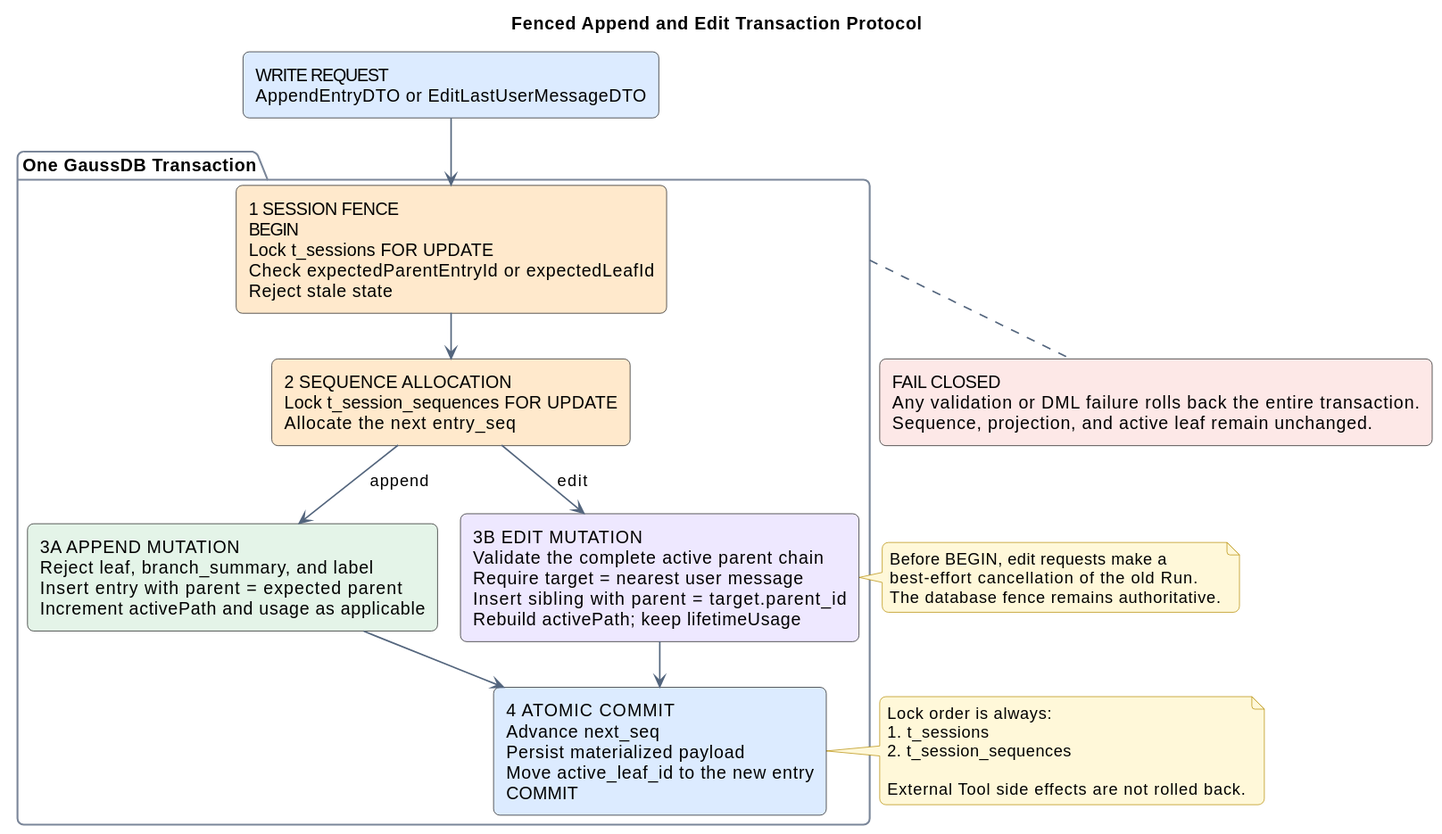
Before: diagrams/memory/memory-write-transaction.svg, a diagram exported from PlantUML (ssm0808/pi-mono-java-design).
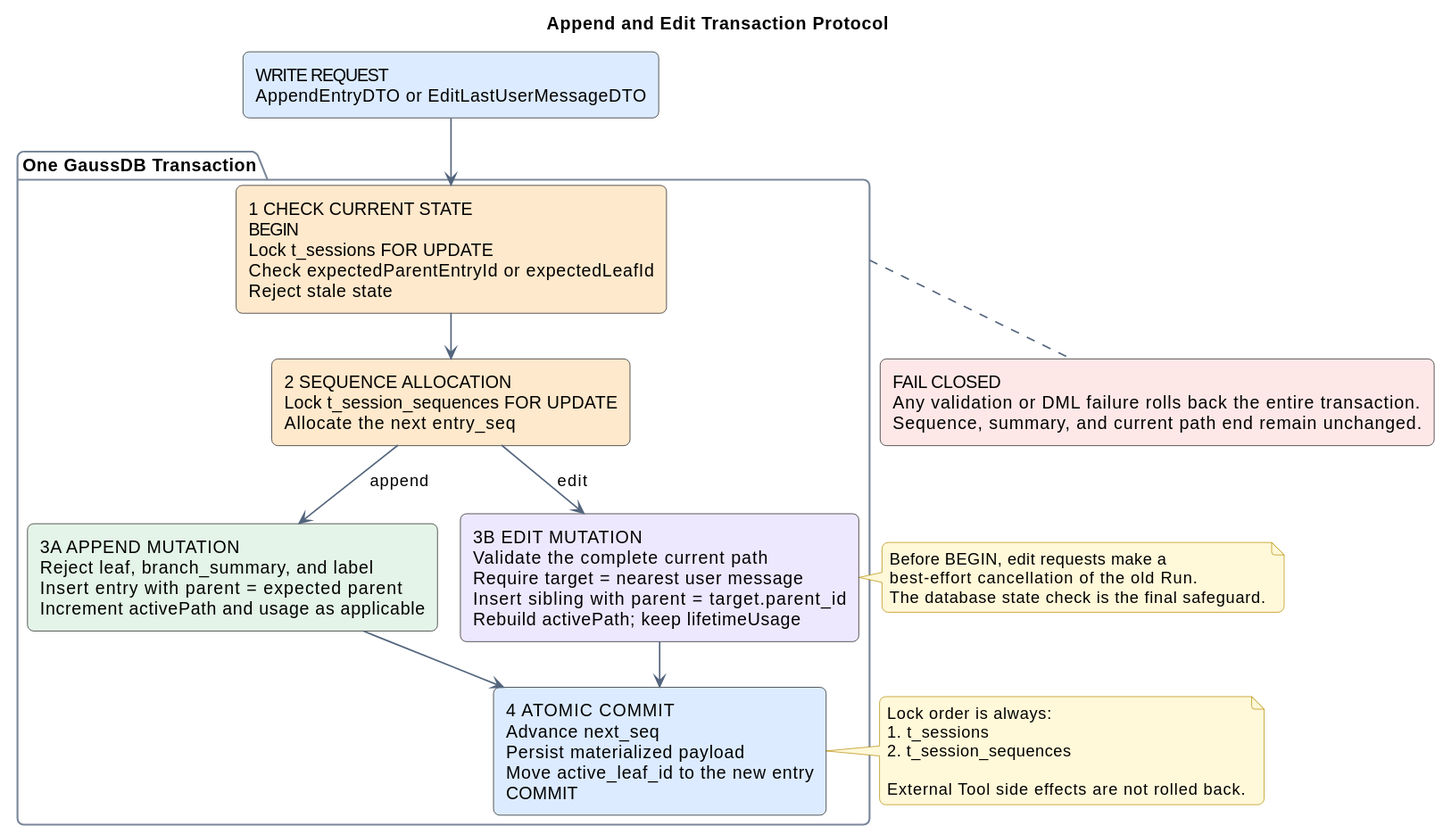
The same diagram one commit later.

Commit message:
docs(memory): polish design terminology

What changed in the source:
```diff
@@ -1,6 +1,6 @@
 @startuml
 !pragma layout smetana
-title Fenced Append and Edit Transaction Protocol
+title Append and Edit Transaction Protocol
 top to bottom direction
 
 skinparam backgroundColor #FFFFFF
@@ -17,17 +17,17 @@
 rectangle "WRITE REQUEST\nAppendEntryDTO or EditLastUserMessageDTO" as request #DCEBFF
 
 package "One GaussDB Transaction" as transaction {
-  rectangle "1  SESSION FENCE\nBEGIN\nLock t_sessions FOR UPDATE\nCheck expectedParentEntryId or expectedLeafId\nReject stale state" as fence #FFE9CC
+  rectangle "1  CHECK CURRENT STATE\nBEGIN\nLock t_sessions FOR UPDATE\nCheck expectedParentEntryId or expectedLeafId\nReject stale state" as stateCheck #FFE9CC
 
   rectangle "2  SEQUENCE ALLOCATION\nLock t_session_sequences FOR UPDATE\nAllocate the next entry_seq" as sequence #FFE9CC
 
   rectangle "3A  APPEND MUTATION\nReject leaf, branch_summary, and label\nInsert entry with parent = expected parent\nIncrement activePath and usage as applicable" as append #E4F4E8
 
-  rectangle "3B  EDIT MUTATION\nValidate the complete active parent chain\nRequire target = nearest user message\nInsert sibling with parent = target.parent_id\nRebuild activePath; keep lifetimeUsage" as edit #EEE8FF
+  rectangle "3B  EDIT MUTATION\nValidate the complete current path\nRequire target = nearest user message\nInsert sibling with parent = target.parent_id\nRebuild activePath; keep lifetimeUsage" as edit #EEE8FF
 
   rectangle "4  ATOMIC COMMIT\nAdvance next_seq\nPersist materialized payload\nMove active_leaf_id to the new entry\nCOMMIT" as commit #DCEBFF
 
-  fence --> sequence
+  stateCheck --> sequence
   sequence --> append : append
   sequence --> edit : edit
   append --> commit
@@ -35,15 +35,15 @@
   append -[hidden]right- edit
 }
 
-rectangle "FAIL CLOSED\nAny validation or DML failure rolls back the entire transaction.\nSequence, projection, and active leaf remain unchanged." as rollback #FDE8E7
+rectangle "FAIL CLOSED\nAny validation or DML failure rolls back the entire transaction.\nSequence, summary, and current path end remain unchanged." as rollback #FDE8E7
 
-request --> fence
+request --> stateCheck
 rollback .up. transaction
 
 note left of edit
 Before BEGIN, edit requests make a
 best-effort cancellation of the old Run.
-The database fence remains authoritative.
+The database state check is the final safeguard.
 end note
 
 note right of commit
```
